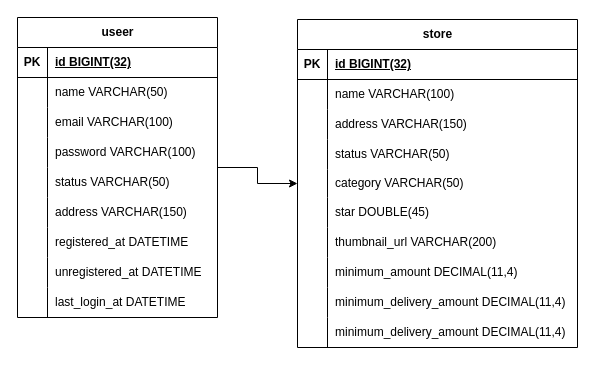
The draw.io diagram springboot-part01/13. delivery-service/delivery.drawio in kimjaehyun5116/kimjaehyun5116, before the edit. Source tidied: cells renumbered, new cells numbered last; positions are measured from the earlier drawing's top-left corner, leaving out a move shared by most shapes. Both pictures are drawn from the tidied source at 100%, with x=0, y=0 at pixel (17, 17).
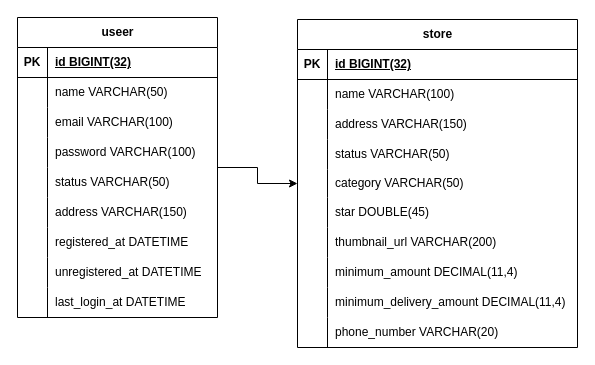
The same diagram, later.

The change refers to these unchanged cells:
```xml
<mxCell id="59" style="shape=tableRow;horizontal=0;startSize=0;swimlaneHead=0;swimlaneBody=0;fillColor=none;top=0;left=0;right=0;bottom=0;" parent="31" vertex="1">
  <mxGeometry y="298" width="280" height="30" as="geometry" />
</mxCell>
```

The edit, as a diff of the source:
```diff
@@
-    <mxCell id="61" value="minimum_delivery_amount DECIMAL(11,4)" style="shape=partialRectangle;fillColor=none;top=0;left=0;bottom=0;right=0;align=left;spacingLeft=6;overflow=hidden;whiteSpace=wrap;html=1;" parent="59" vertex="1">
+    <mxCell id="61" value="phone_number VARCHAR(20)" style="shape=partialRectangle;fillColor=none;top=0;left=0;bottom=0;right=0;align=left;spacingLeft=6;overflow=hidden;whiteSpace=wrap;html=1;" parent="59" vertex="1">
       <mxGeometry x="30" width="250" height="30" as="geometry" />
     </mxCell>
```
